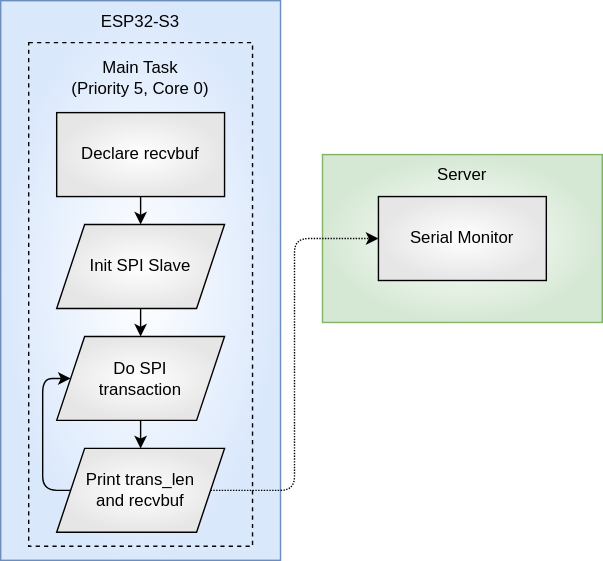
Before: Figures/espspiserialflow.drawio.svg, a diagram exported from draw.io (UnknownDK/ES10-Drowning). Source tidied: cells renumbered, new cells last; positions are measured from the earlier drawing's top-left corner, leaving out a move shared by most shapes. Source of this version:
```xml
<mxGraphModel>
  <root>
    <mxCell id="0" />
    <mxCell id="1" parent="0" />
    <mxCell id="2" style="rounded=0;whiteSpace=wrap;html=1;strokeColor=#6C8EBF;fillColor=default;gradientColor=#DAE8FC;gradientDirection=radial;" parent="1" vertex="1">
      <mxGeometry width="200" height="400" as="geometry" />
    </mxCell>
    <mxCell id="3" style="rounded=0;whiteSpace=wrap;html=1;fillColor=none;dashed=1;" parent="1" vertex="1">
      <mxGeometry x="20" y="30" width="160" height="360" as="geometry" />
    </mxCell>
    <mxCell id="4" style="rounded=0;whiteSpace=wrap;html=1;strokeColor=#82b366;fillColor=#FFFFFF;gradientDirection=radial;gradientColor=#D5E8D4;" parent="1" vertex="1">
      <mxGeometry x="230" y="110" width="200" height="120" as="geometry" />
    </mxCell>
    <mxCell id="5" value="Main Task&lt;br&gt;(Priority 5, Core 0)" style="text;html=1;strokeColor=none;fillColor=none;align=center;verticalAlign=middle;whiteSpace=wrap;rounded=0;dashed=1;" parent="1" vertex="1">
      <mxGeometry x="45" y="40" width="110" height="30" as="geometry" />
    </mxCell>
    <mxCell id="6" value="Init SPI Slave" style="shape=parallelogram;perimeter=parallelogramPerimeter;whiteSpace=wrap;html=1;fixedSize=1;gradientColor=#E6E6E6;gradientDirection=radial;" parent="1" vertex="1">
      <mxGeometry x="40" y="160" width="120" height="60" as="geometry" />
    </mxCell>
    <mxCell id="7" value="Declare recvbuf" style="rounded=0;whiteSpace=wrap;html=1;strokeColor=default;gradientColor=#E6E6E6;gradientDirection=radial;" parent="1" vertex="1">
      <mxGeometry x="40" y="80" width="120" height="60" as="geometry" />
    </mxCell>
    <mxCell id="8" value="Do SPI&lt;br&gt;transaction" style="shape=parallelogram;perimeter=parallelogramPerimeter;whiteSpace=wrap;html=1;fixedSize=1;gradientColor=#E6E6E6;gradientDirection=radial;" parent="1" vertex="1">
      <mxGeometry x="40" y="240" width="120" height="60" as="geometry" />
    </mxCell>
    <mxCell id="9" value="Print trans_len&lt;br&gt;and recvbuf" style="shape=parallelogram;perimeter=parallelogramPerimeter;whiteSpace=wrap;html=1;fixedSize=1;gradientColor=#E6E6E6;gradientDirection=radial;" parent="1" vertex="1">
      <mxGeometry x="40" y="320" width="120" height="60" as="geometry" />
    </mxCell>
    <mxCell id="10" style="endArrow=classic;html=1;exitX=0.5;exitY=1;exitDx=0;exitDy=0;entryX=0.5;entryY=0;entryDx=0;entryDy=0;" parent="1" edge="1" target="6">
      <mxGeometry relative="1" as="geometry">
        <mxPoint x="100" y="140" as="sourcePoint" />
      </mxGeometry>
    </mxCell>
    <mxCell id="11" style="endArrow=classic;html=1;exitX=0.5;exitY=1;exitDx=0;exitDy=0;entryX=0.5;entryY=0;entryDx=0;entryDy=0;" parent="1" edge="1" source="6" target="8">
      <mxGeometry relative="1" as="geometry" />
    </mxCell>
    <mxCell id="12" style="endArrow=classic;html=1;exitX=0.5;exitY=1;exitDx=0;exitDy=0;entryX=0.5;entryY=0;entryDx=0;entryDy=0;" parent="1" edge="1" source="8" target="9">
      <mxGeometry relative="1" as="geometry" />
    </mxCell>
    <mxCell id="13" value="ESP32-S3" style="text;html=1;strokeColor=none;fillColor=none;align=center;verticalAlign=middle;whiteSpace=wrap;rounded=0;dashed=1;" parent="1" vertex="1">
      <mxGeometry x="45" width="110" height="30" as="geometry" />
    </mxCell>
    <mxCell id="14" value="Server" style="text;html=1;strokeColor=none;fillColor=none;align=center;verticalAlign=middle;whiteSpace=wrap;rounded=0;dashed=1;" parent="1" vertex="1">
      <mxGeometry x="275" y="110" width="110" height="30" as="geometry" />
    </mxCell>
    <mxCell id="15" value="Serial Monitor" style="rounded=0;whiteSpace=wrap;html=1;strokeColor=default;gradientColor=#E6E6E6;gradientDirection=radial;" parent="1" vertex="1">
      <mxGeometry x="270" y="140" width="120" height="60" as="geometry" />
    </mxCell>
    <mxCell id="16" style="endArrow=classic;html=1;exitX=0;exitY=0.5;exitDx=0;exitDy=0;entryX=0;entryY=0.5;entryDx=0;entryDy=0;" parent="1" edge="1" source="9" target="8">
      <mxGeometry relative="1" as="geometry">
        <Array as="points">
          <mxPoint x="30" y="350" />
          <mxPoint x="30" y="270" />
        </Array>
      </mxGeometry>
    </mxCell>
    <mxCell id="17" style="endArrow=classic;html=1;exitX=1;exitY=0.5;exitDx=0;exitDy=0;entryX=0;entryY=0.5;entryDx=0;entryDy=0;dashed=1;dashPattern=1 1;" parent="1" edge="1" source="9" target="15">
      <mxGeometry relative="1" as="geometry">
        <Array as="points">
          <mxPoint x="210" y="350" />
          <mxPoint x="210" y="170" />
        </Array>
      </mxGeometry>
    </mxCell>
  </root>
</mxGraphModel>
```
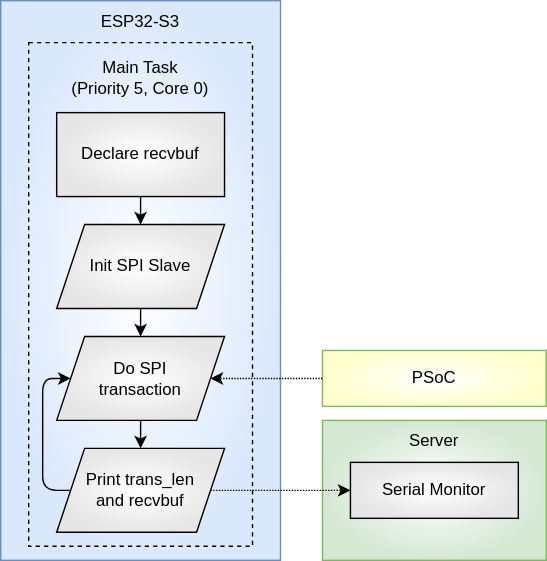
Later version of the same file.

What changed in the source:
```diff
@@ -9,7 +9,7 @@
       <mxGeometry x="20" y="30" width="160" height="360" as="geometry" />
     </mxCell>
     <mxCell id="4" style="rounded=0;whiteSpace=wrap;html=1;strokeColor=#82b366;fillColor=#FFFFFF;gradientDirection=radial;gradientColor=#D5E8D4;" parent="1" vertex="1">
-      <mxGeometry x="230" y="110" width="200" height="120" as="geometry" />
+      <mxGeometry x="230" y="300" width="160" height="100" as="geometry" />
     </mxCell>
     <mxCell id="5" value="Main Task&lt;br&gt;(Priority 5, Core 0)" style="text;html=1;strokeColor=none;fillColor=none;align=center;verticalAlign=middle;whiteSpace=wrap;rounded=0;dashed=1;" parent="1" vertex="1">
       <mxGeometry x="45" y="40" width="110" height="30" as="geometry" />
@@ -41,10 +41,10 @@
       <mxGeometry x="45" width="110" height="30" as="geometry" />
     </mxCell>
     <mxCell id="14" value="Server" style="text;html=1;strokeColor=none;fillColor=none;align=center;verticalAlign=middle;whiteSpace=wrap;rounded=0;dashed=1;" parent="1" vertex="1">
-      <mxGeometry x="275" y="110" width="110" height="30" as="geometry" />
+      <mxGeometry x="255" y="300" width="110" height="30" as="geometry" />
     </mxCell>
     <mxCell id="15" value="Serial Monitor" style="rounded=0;whiteSpace=wrap;html=1;strokeColor=default;gradientColor=#E6E6E6;gradientDirection=radial;" parent="1" vertex="1">
-      <mxGeometry x="270" y="140" width="120" height="60" as="geometry" />
+      <mxGeometry x="250" y="330" width="120" height="40" as="geometry" />
     </mxCell>
     <mxCell id="16" style="endArrow=classic;html=1;exitX=0;exitY=0.5;exitDx=0;exitDy=0;entryX=0;entryY=0.5;entryDx=0;entryDy=0;" parent="1" edge="1" source="9" target="8">
       <mxGeometry relative="1" as="geometry">
@@ -58,9 +58,14 @@
       <mxGeometry relative="1" as="geometry">
         <Array as="points">
           <mxPoint x="210" y="350" />
-          <mxPoint x="210" y="170" />
         </Array>
       </mxGeometry>
     </mxCell>
+    <mxCell id="18" value="PSoC" style="rounded=0;whiteSpace=wrap;html=1;strokeColor=#82b366;fillColor=#FFFFFF;gradientDirection=radial;gradientColor=#FFFFCC;rotation=0;" parent="1" vertex="1">
+      <mxGeometry x="230" y="250" width="160" height="40" as="geometry" />
+    </mxCell>
+    <mxCell id="19" style="endArrow=classic;html=1;exitX=0;exitY=0.5;exitDx=0;exitDy=0;entryX=1;entryY=0.5;entryDx=0;entryDy=0;dashed=1;dashPattern=1 1;" parent="1" edge="1" source="18" target="8">
+      <mxGeometry relative="1" as="geometry" />
+    </mxCell>
   </root>
 </mxGraphModel>
```
